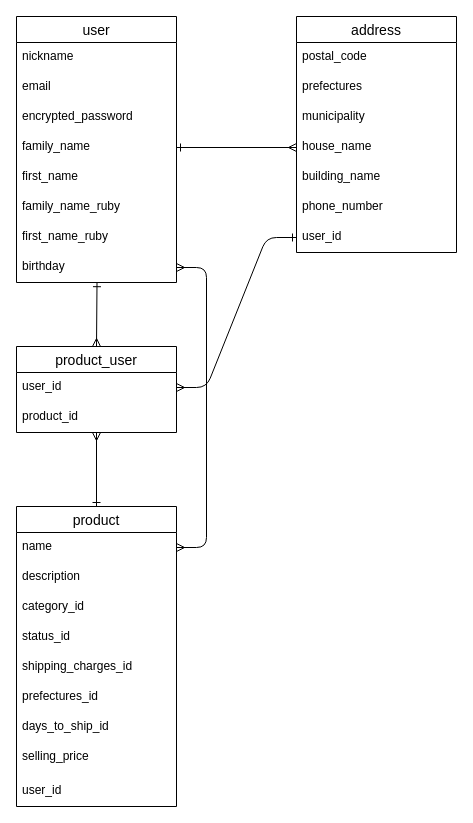
This is ER図.dio from 95yuki0305/furima-35586, a draw.io file, before an edit. Source tidied: cells renumbered, new cells numbered last; positions are measured from the earlier drawing's top-left corner, leaving out a move shared by most shapes. Both pictures are drawn from the tidied source at 100%, with x=0, y=0 at pixel (16, 16).
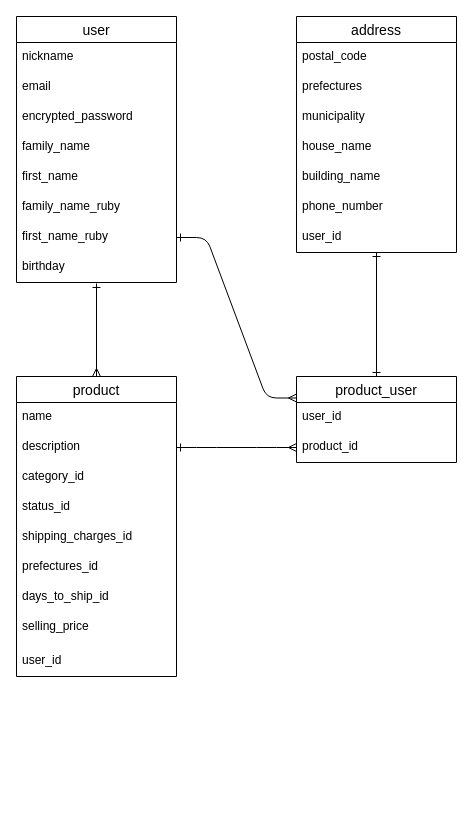
After the change.

Unchanged cells that the change refers to:
```xml
<mxCell id="7" value="family_name" style="text;strokeColor=none;fillColor=none;spacingLeft=4;spacingRight=4;overflow=hidden;points=[[0,0.5],[1,0.5]];portConstraint=eastwest;fontSize=12;" parent="3" vertex="1">
  <mxGeometry y="116" width="160" height="30" as="geometry" />
</mxCell>
<mxCell id="10" value="first_name_ruby" style="text;strokeColor=none;fillColor=none;spacingLeft=4;spacingRight=4;overflow=hidden;points=[[0,0.5],[1,0.5]];portConstraint=eastwest;fontSize=12;" parent="3" vertex="1">
  <mxGeometry y="206" width="160" height="30" as="geometry" />
</mxCell>
<mxCell id="11" value="birthday" style="text;strokeColor=none;fillColor=none;spacingLeft=4;spacingRight=4;overflow=hidden;points=[[0,0.5],[1,0.5]];portConstraint=eastwest;fontSize=12;" parent="3" vertex="1">
  <mxGeometry y="236" width="160" height="30" as="geometry" />
</mxCell>
<mxCell id="16" value="house_name" style="text;strokeColor=none;fillColor=none;spacingLeft=4;spacingRight=4;overflow=hidden;points=[[0,0.5],[1,0.5]];portConstraint=eastwest;fontSize=12;" parent="12" vertex="1">
  <mxGeometry y="116" width="160" height="30" as="geometry" />
</mxCell>
<mxCell id="19" value="user_id" style="text;strokeColor=none;fillColor=none;spacingLeft=4;spacingRight=4;overflow=hidden;points=[[0,0.5],[1,0.5]];portConstraint=eastwest;fontSize=12;" parent="12" vertex="1">
  <mxGeometry y="206" width="160" height="30" as="geometry" />
</mxCell>
<mxCell id="22" value="description" style="text;strokeColor=none;fillColor=none;spacingLeft=4;spacingRight=4;overflow=hidden;points=[[0,0.5],[1,0.5]];portConstraint=eastwest;fontSize=12;" parent="20" vertex="1">
  <mxGeometry y="56" width="160" height="30" as="geometry" />
</mxCell>
<mxCell id="32" value="user_id" style="text;strokeColor=none;fillColor=none;spacingLeft=4;spacingRight=4;overflow=hidden;points=[[0,0.5],[1,0.5]];portConstraint=eastwest;fontSize=12;" parent="31" vertex="1">
  <mxGeometry y="26" width="160" height="30" as="geometry" />
</mxCell>
<mxCell id="33" value="product_id" style="text;strokeColor=none;fillColor=none;spacingLeft=4;spacingRight=4;overflow=hidden;points=[[0,0.5],[1,0.5]];portConstraint=eastwest;fontSize=12;" parent="31" vertex="1">
  <mxGeometry y="56" width="160" height="30" as="geometry" />
</mxCell>
```

What changed in the source:
```diff
@@
-    <mxCell id="2" style="endArrow=ERmany;html=1;rounded=0;exitX=0.5;exitY=0;exitDx=0;exitDy=0;startArrow=ERone;startFill=0;endFill=0;fontSize=11;" parent="1" edge="1" source="20" target="33">
-      <mxGeometry relative="1" as="geometry" />
-    </mxCell>
@@
     <mxCell id="20" value="product" style="swimlane;fontStyle=0;horizontal=1;startSize=26;align=center;fontSize=14;rounded=0;sketch=0;" parent="1" vertex="1">
-      <mxGeometry y="490" width="160" height="300" as="geometry" />
+      <mxGeometry y="360" width="160" height="300" as="geometry" />
     </mxCell>
@@
-    <mxCell id="30" style="edgeStyle=orthogonalEdgeStyle;rounded=0;jettySize=auto;html=1;exitX=1;exitY=0.5;exitDx=0;exitDy=0;entryX=0;entryY=0.5;entryDx=0;entryDy=0;startArrow=ERone;startFill=0;endArrow=ERmany;endFill=0;" parent="1" edge="1" source="7" target="16">
-      <mxGeometry relative="1" as="geometry" />
-    </mxCell>
     <mxCell id="31" value="product_user" style="swimlane;fontStyle=0;horizontal=1;startSize=26;align=center;fontSize=14;rounded=0;sketch=0;" parent="1" vertex="1">
-      <mxGeometry y="330" width="160" height="86" as="geometry" />
+      <mxGeometry x="280" y="360" width="160" height="86" as="geometry" />
     </mxCell>
@@
-    <mxCell id="34" style="edgeStyle=orthogonalEdgeStyle;rounded=0;jettySize=auto;html=1;exitX=1;exitY=0.5;exitDx=0;exitDy=0;entryX=-0.014;entryY=-0.072;entryDx=0;entryDy=0;entryPerimeter=0;startArrow=ERone;startFill=0;endArrow=ERone;endFill=0;" parent="1" edge="1" source="11">
-      <mxGeometry relative="1" as="geometry" />
-    </mxCell>
-    <mxCell id="35" style="endArrow=ERmany;html=1;rounded=0;exitX=0.503;exitY=1.006;exitDx=0;exitDy=0;exitPerimeter=0;entryX=0.5;entryY=0;entryDx=0;entryDy=0;endFill=0;startArrow=ERone;startFill=0;" parent="1" edge="1" target="31">
-      <mxGeometry relative="1" as="geometry">
-        <mxPoint x="80.5" y="266.2" as="sourcePoint" />
-      </mxGeometry>
-    </mxCell>
-    <mxCell id="36" style="edgeStyle=entityRelationEdgeStyle;fontSize=12;html=1;endArrow=ERmany;startArrow=ERmany;entryX=1;entryY=0.5;entryDx=0;entryDy=0;exitX=1;exitY=0.5;exitDx=0;exitDy=0;" parent="1" edge="1" target="11">
-      <mxGeometry relative="1" as="geometry">
-        <mxPoint x="160" y="531" as="sourcePoint" />
-      </mxGeometry>
-    </mxCell>
-    <mxCell id="37" style="edgeStyle=entityRelationEdgeStyle;fontSize=12;html=1;endArrow=ERmany;startArrow=ERone;entryX=1;entryY=0.5;entryDx=0;entryDy=0;exitX=0;exitY=0.5;exitDx=0;exitDy=0;startFill=0;" parent="1" edge="1" source="19" target="32">
-      <mxGeometry relative="1" as="geometry" />
-    </mxCell>
+    <mxCell id="38" style="edgeStyle=entityRelationEdgeStyle;fontSize=12;html=1;endArrow=ERmany;entryX=0;entryY=0.5;entryDx=0;entryDy=0;exitX=1;exitY=0.5;exitDx=0;exitDy=0;startArrow=ERone;startFill=0;" parent="1" edge="1" source="22" target="33">
+      <mxGeometry relative="1" as="geometry" />
+    </mxCell>
+    <mxCell id="39" style="edgeStyle=entityRelationEdgeStyle;fontSize=12;html=1;endArrow=ERmany;exitX=1;exitY=0.5;exitDx=0;exitDy=0;entryX=0;entryY=0.25;entryDx=0;entryDy=0;startArrow=ERone;startFill=0;" parent="1" edge="1" source="10" target="31">
+      <mxGeometry relative="1" as="geometry" />
+    </mxCell>
+    <mxCell id="40" style="endArrow=ERmany;html=1;rounded=0;entryX=0.5;entryY=0;entryDx=0;entryDy=0;startArrow=ERone;startFill=0;endFill=0;" parent="1" edge="1" target="20">
+      <mxGeometry relative="1" as="geometry">
+        <mxPoint x="80" y="267" as="sourcePoint" />
+      </mxGeometry>
+    </mxCell>
+    <mxCell id="41" style="endArrow=ERone;html=1;rounded=0;entryX=0.5;entryY=0;entryDx=0;entryDy=0;startArrow=ERone;startFill=0;endFill=0;" parent="1" edge="1" target="31">
+      <mxGeometry relative="1" as="geometry">
+        <mxPoint x="360" y="236" as="sourcePoint" />
+      </mxGeometry>
+    </mxCell>
```
